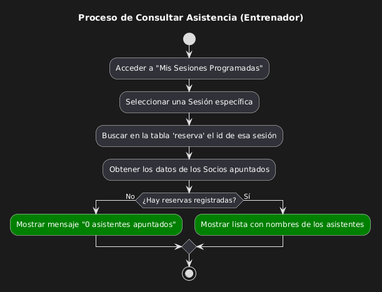
The PlantUML diagram docs/diagramasUML/DiagramaActividades/Actividad_Consultar_asistencia.png in FerminGarridoMartinDAM/ProyectoInterModular1DAMAppGimnasio, before a commit.
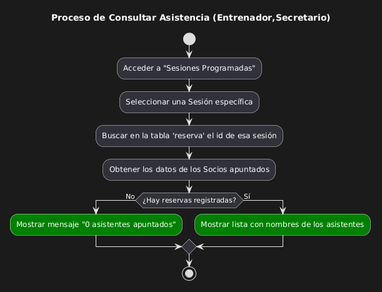
Above is the later version.

Diff of the diagram source:
```diff
@@ -1,9 +1,9 @@
 @startuml
-title Proceso de Consultar Asistencia (Entrenador)
+title Proceso de Consultar Asistencia (Entrenador,Secretario)
 
 start
 
-:Acceder a "Mis Sesiones Programadas";
+:Acceder a "Sesiones Programadas";
 :Seleccionar una Sesión específica;
 
 :Buscar en la tabla 'reserva' el id de esa sesión;
```
